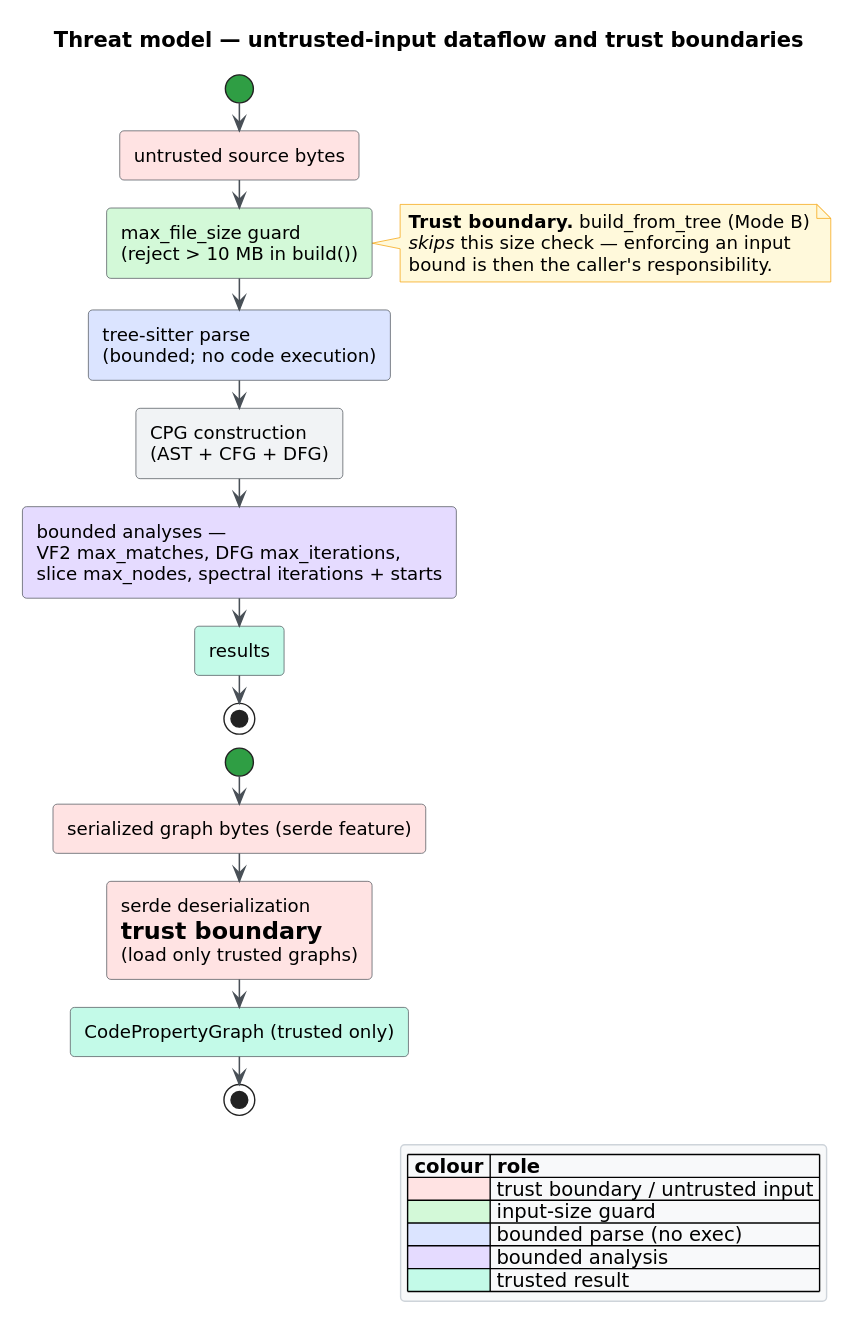
Above: docs/diagrams/threat-model-dataflow.svg in vinary-tree/libcpg (PlantUML), before the change. Its source is kept beside it as docs/diagrams/threat-model-dataflow.puml.
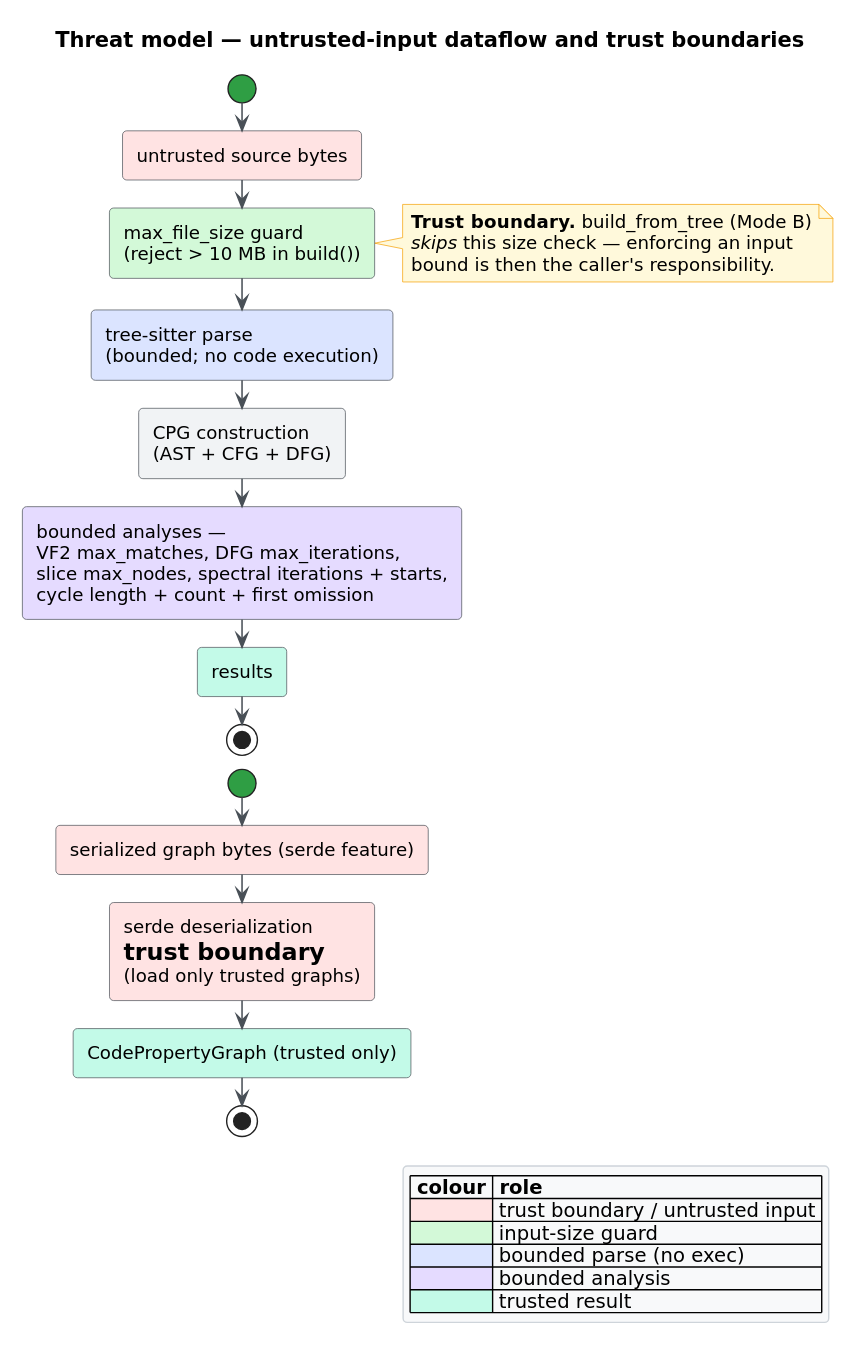
Above is the later version.

Diff of the diagram source:
```diff
@@ -17,7 +17,8 @@
 (AST + CFG + DFG);<<#F1F3F5>>
 :bounded analyses —
 VF2 max_matches, DFG max_iterations,
-slice max_nodes, spectral iterations + starts;<<#E5DBFF>>
+slice max_nodes, spectral iterations + starts,
+cycle length + count + first omission;<<#E5DBFF>>
 :results;<<#C3FAE8>>
 stop
 
```
